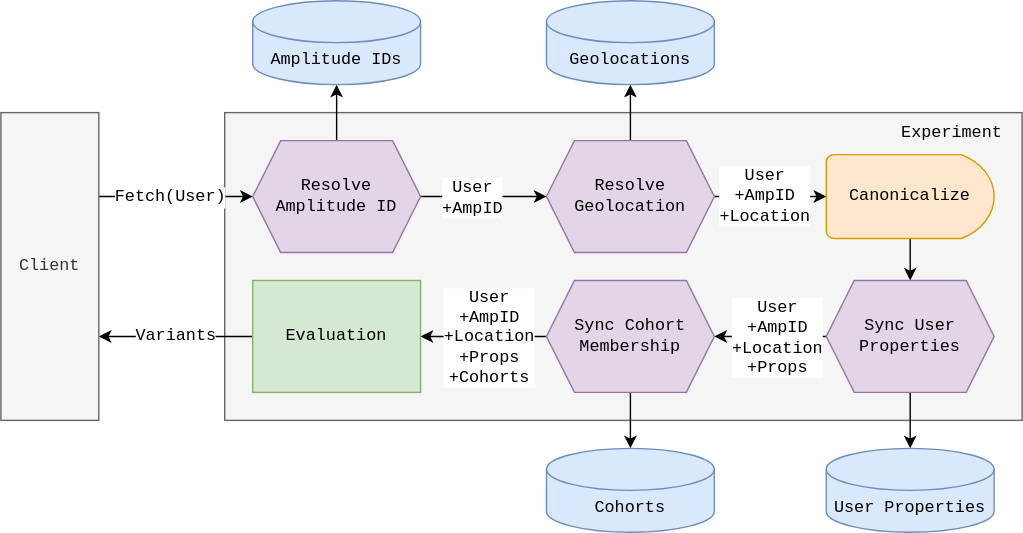
Amplitude-Developer-Docs/amplitude-dev-center keeps this draw.io diagram as docs/assets/images/experiment/remote-evaluation.drawio.svg. Above is the earlier version. Source tidied: cells renumbered, new cells last; positions are measured from the earlier drawing's top-left corner, leaving out a move shared by most shapes.
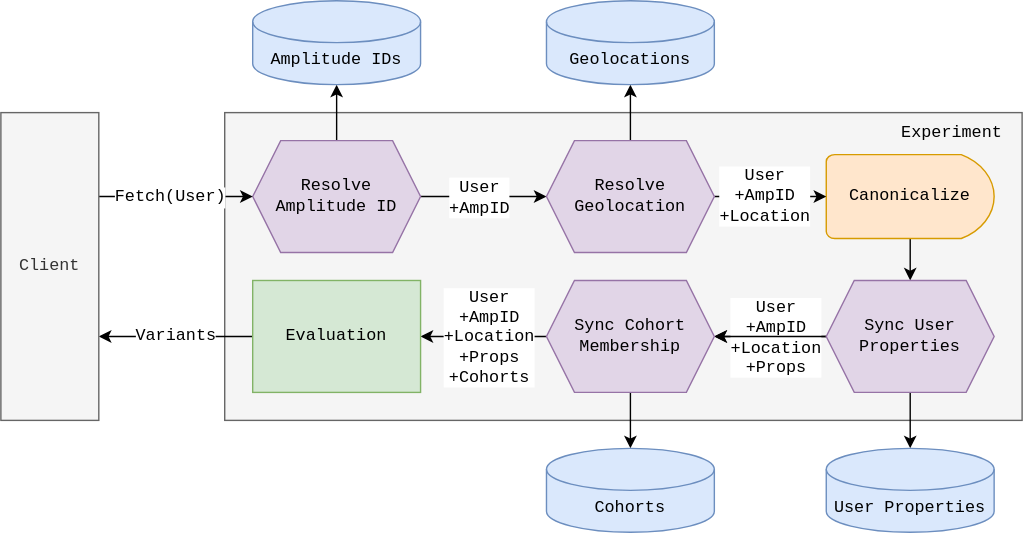
After the commit.

Commit message:
edit remote eval

Change to the diagram source:
```diff
@@ -15,7 +15,9 @@
       <mxGeometry relative="1" as="geometry" />
     </mxCell>
     <mxCell id="6" value="User&lt;br&gt;+AmpID" style="edgeLabel;html=1;align=center;verticalAlign=middle;fontSize=12;fontFamily=Courier New;" parent="5" vertex="1">
-      <mxGeometry x="-0.21" relative="1" as="geometry" />
+      <mxGeometry x="-0.21" relative="1" as="geometry">
+        <mxPoint x="5" as="offset" />
+      </mxGeometry>
     </mxCell>
     <mxCell id="7" style="edgeStyle=orthogonalEdgeStyle;curved=1;html=1;exitX=0.5;exitY=0;exitDx=0;exitDy=0;entryX=0.5;entryY=1;entryDx=0;entryDy=0;entryPerimeter=0;fontFamily=Courier New;fontSize=12;" parent="1" edge="1" source="8" target="23">
       <mxGeometry relative="1" as="geometry" />
@@ -42,12 +44,15 @@
     </mxCell>
     <mxCell id="14" value="User&lt;br&gt;+AmpID&lt;br&gt;+Location&lt;br&gt;+Props" style="edgeLabel;html=1;align=center;verticalAlign=middle;fontSize=12;fontFamily=Courier New;" parent="13" vertex="1">
       <mxGeometry x="-0.1" y="1" relative="1" as="geometry">
-        <mxPoint y="-1" as="offset" />
+        <mxPoint x="-1" y="-1" as="offset" />
       </mxGeometry>
     </mxCell>
     <mxCell id="15" style="edgeStyle=orthogonalEdgeStyle;curved=1;html=1;fontFamily=Courier New;fontSize=12;" parent="1" edge="1" source="16" target="25">
       <mxGeometry relative="1" as="geometry" />
     </mxCell>
+    <mxCell id="32" style="edgeStyle=orthogonalEdgeStyle;curved=1;html=1;fontFamily=Courier New;fontSize=12;" parent="1" edge="1" source="16" target="20">
+      <mxGeometry relative="1" as="geometry" />
+    </mxCell>
     <mxCell id="16" value="&lt;font style=&quot;font-size: 12px&quot;&gt;Sync User Properties&lt;br&gt;&lt;/font&gt;" style="shape=hexagon;perimeter=hexagonPerimeter2;whiteSpace=wrap;html=1;fixedSize=1;fontFamily=Courier New;fontSize=12;strokeWidth=1;fillColor=#e1d5e7;strokeColor=#9673a6;" parent="1" vertex="1">
       <mxGeometry x="590" y="200" width="120" height="80" as="geometry" />
     </mxCell>
```
